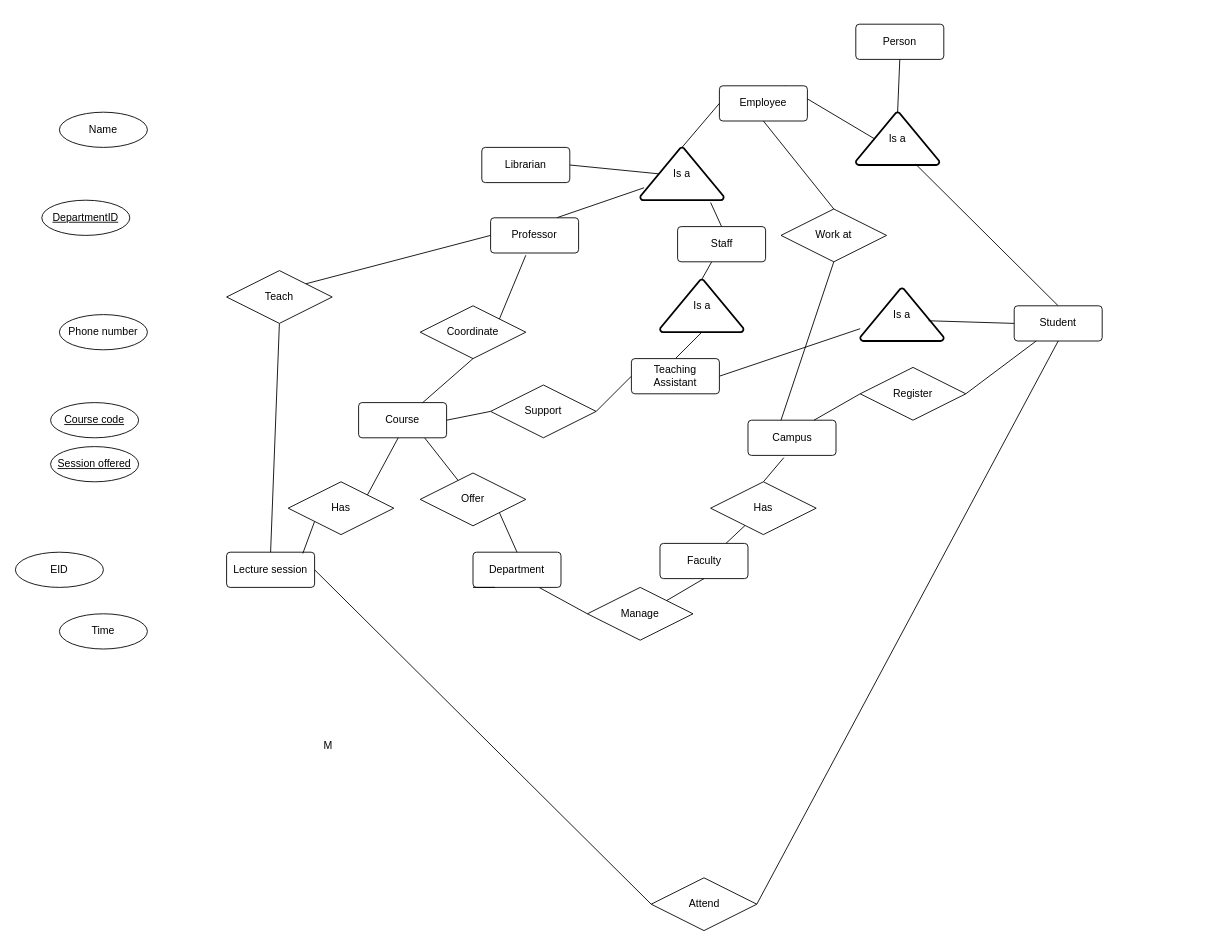
ListenBuddy/CSC343LAB2 keeps this draw.io diagram as Untitled Diagram.drawio. Above is the earlier version. Source tidied: cells renumbered, new cells numbered last; positions are measured from the earlier drawing's top-left corner, leaving out a move shared by most shapes. Both pictures are drawn from the tidied source at 88%, with x=0, y=0 at pixel (15, 24).
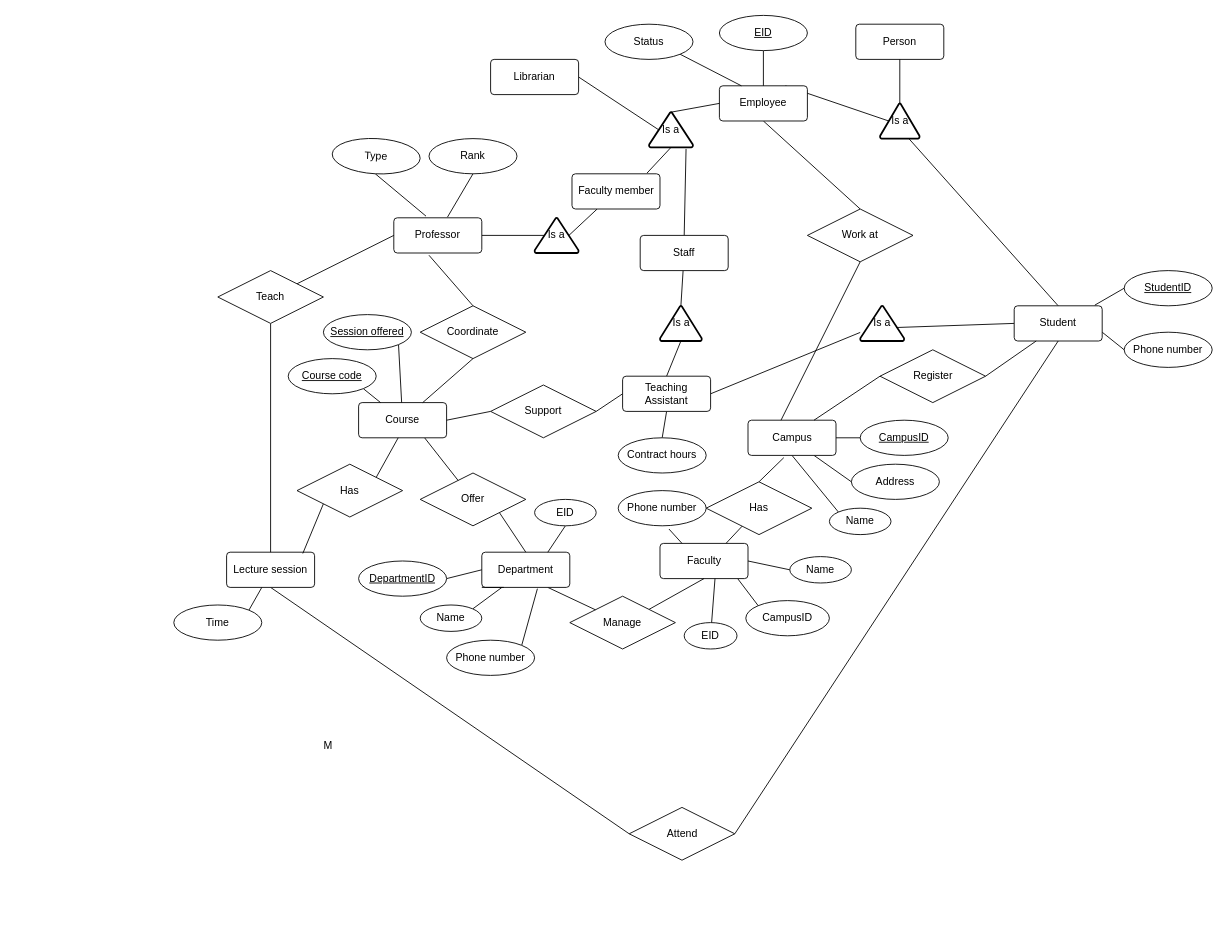
The same page after the edit.

Unchanged cells that the change refers to:
```xml
<mxCell id="3" value="Faculty" style="rounded=1;arcSize=10;whiteSpace=wrap;html=1;align=center;" parent="1" vertex="1">
  <mxGeometry x="732.5" y="590" width="100" height="40" as="geometry" />
</mxCell>
<mxCell id="16" value="Course" style="rounded=1;arcSize=10;whiteSpace=wrap;html=1;align=center;" parent="1" vertex="1">
  <mxGeometry x="390" y="430" width="100" height="40" as="geometry" />
</mxCell>
<mxCell id="21" value="Coordinate" style="shape=rhombus;perimeter=rhombusPerimeter;whiteSpace=wrap;html=1;align=center;" parent="1" vertex="1">
  <mxGeometry x="460" y="320" width="120" height="60" as="geometry" />
</mxCell>
<mxCell id="28" value="Lecture session" style="rounded=1;arcSize=10;whiteSpace=wrap;html=1;align=center;" parent="1" vertex="1">
  <mxGeometry x="240" y="600" width="100" height="40" as="geometry" />
</mxCell>
<mxCell id="43" value="Employee" style="rounded=1;arcSize=10;whiteSpace=wrap;html=1;align=center;" parent="1" vertex="1">
  <mxGeometry x="800" y="70" width="100" height="40" as="geometry" />
</mxCell>
<mxCell id="60" value="Campus" style="rounded=1;arcSize=10;whiteSpace=wrap;html=1;align=center;" parent="1" vertex="1">
  <mxGeometry x="832.5" y="450" width="100" height="40" as="geometry" />
</mxCell>
<mxCell id="66" value="Student" style="rounded=1;arcSize=10;whiteSpace=wrap;html=1;align=center;" parent="1" vertex="1">
  <mxGeometry x="1135" y="320" width="100" height="40" as="geometry" />
</mxCell>
```

The edit, as a diff of the source:
```diff
@@
     <mxCell id="5" value="Manage" style="shape=rhombus;perimeter=rhombusPerimeter;whiteSpace=wrap;html=1;align=center;" parent="1" vertex="1">
-      <mxGeometry x="650" y="640" width="120" height="60" as="geometry" />
+      <mxGeometry x="630" y="650" width="120" height="60" as="geometry" />
     </mxCell>
-    <mxCell id="6" style="edgeStyle=none;rounded=0;jettySize=auto;html=1;exitX=0.75;exitY=1;exitDx=0;exitDy=0;entryX=0;entryY=0.5;entryDx=0;entryDy=0;endArrow=none;endFill=0;" parent="1" edge="1" source="7" target="5">
+    <mxCell id="6" style="edgeStyle=none;rounded=0;jettySize=auto;html=1;exitX=0.75;exitY=1;exitDx=0;exitDy=0;endArrow=none;endFill=0;" parent="1" edge="1" source="7" target="5">
       <mxGeometry relative="1" as="geometry" />
     </mxCell>
     <mxCell id="7" value="Department" style="rounded=1;arcSize=10;whiteSpace=wrap;html=1;align=center;" parent="1" vertex="1">
-      <mxGeometry x="520" y="600" width="100" height="40" as="geometry" />
+      <mxGeometry x="530" y="600" width="100" height="40" as="geometry" />
     </mxCell>
@@
+    <mxCell id="75" style="rounded=0;jettySize=auto;html=1;exitX=0;exitY=0.5;exitDx=0;exitDy=0;entryX=1;entryY=0.5;entryDx=0;entryDy=0;endArrow=none;endFill=0;" parent="1" edge="1" source="9" target="3">
+      <mxGeometry relative="1" as="geometry" />
+    </mxCell>
     <mxCell id="9" value="Name" style="ellipse;whiteSpace=wrap;html=1;align=center;" parent="1" vertex="1">
-      <mxGeometry x="50" y="100" width="100" height="40" as="geometry" />
+      <mxGeometry x="880" y="605" width="70" height="30" as="geometry" />
     </mxCell>
+    <mxCell id="76" style="edgeStyle=none;rounded=0;jettySize=auto;html=1;exitX=1;exitY=0.5;exitDx=0;exitDy=0;entryX=0;entryY=0.5;entryDx=0;entryDy=0;endArrow=none;endFill=0;" parent="1" edge="1" source="10" target="7">
+      <mxGeometry relative="1" as="geometry" />
+    </mxCell>
     <mxCell id="10" value="DepartmentID" style="ellipse;whiteSpace=wrap;html=1;align=center;fontStyle=4;" parent="1" vertex="1">
-      <mxGeometry x="30" y="200" width="100" height="40" as="geometry" />
+      <mxGeometry x="390" y="610" width="100" height="40" as="geometry" />
     </mxCell>
+    <mxCell id="77" style="edgeStyle=none;rounded=0;jettySize=auto;html=1;exitX=0.577;exitY=1.092;exitDx=0;exitDy=0;entryX=0.25;entryY=0;entryDx=0;entryDy=0;endArrow=none;endFill=0;exitPerimeter=0;" parent="1" edge="1" source="11" target="3">
+      <mxGeometry relative="1" as="geometry" />
+    </mxCell>
     <mxCell id="11" value="Phone number" style="ellipse;whiteSpace=wrap;html=1;align=center;" parent="1" vertex="1">
-      <mxGeometry x="50" y="330" width="100" height="40" as="geometry" />
+      <mxGeometry x="685" y="530" width="100" height="40" as="geometry" />
     </mxCell>
+    <mxCell id="78" style="edgeStyle=none;rounded=0;jettySize=auto;html=1;exitX=0.5;exitY=1;exitDx=0;exitDy=0;entryX=0.75;entryY=0;entryDx=0;entryDy=0;endArrow=none;endFill=0;" parent="1" edge="1" source="12" target="7">
+      <mxGeometry relative="1" as="geometry" />
+    </mxCell>
     <mxCell id="12" value="EID" style="ellipse;whiteSpace=wrap;html=1;align=center;" parent="1" vertex="1">
-      <mxGeometry y="600" width="100" height="40" as="geometry" />
+      <mxGeometry x="590" y="540" width="70" height="30" as="geometry" />
     </mxCell>
@@
+    <mxCell id="79" style="edgeStyle=none;rounded=0;jettySize=auto;html=1;exitX=1;exitY=1;exitDx=0;exitDy=0;entryX=0.25;entryY=0;entryDx=0;entryDy=0;endArrow=none;endFill=0;" parent="1" edge="1" source="17" target="16">
+      <mxGeometry relative="1" as="geometry" />
+    </mxCell>
     <mxCell id="17" value="Course code" style="ellipse;whiteSpace=wrap;html=1;align=center;fontStyle=4;" parent="1" vertex="1">
-      <mxGeometry x="40" y="430" width="100" height="40" as="geometry" />
+      <mxGeometry x="310" y="380" width="100" height="40" as="geometry" />
     </mxCell>
+    <mxCell id="80" style="edgeStyle=none;rounded=0;jettySize=auto;html=1;exitX=1;exitY=1;exitDx=0;exitDy=0;endArrow=none;endFill=0;" parent="1" edge="1" source="18" target="16">
+      <mxGeometry relative="1" as="geometry" />
+    </mxCell>
     <mxCell id="18" value="Session offered" style="ellipse;whiteSpace=wrap;html=1;align=center;fontStyle=4;" parent="1" vertex="1">
-      <mxGeometry x="40" y="480" width="100" height="40" as="geometry" />
+      <mxGeometry x="350" y="330" width="100" height="40" as="geometry" />
     </mxCell>
-    <mxCell id="19" style="edgeStyle=none;rounded=0;jettySize=auto;html=1;exitX=1;exitY=0;exitDx=0;exitDy=0;entryX=0.4;entryY=1.064;entryDx=0;entryDy=0;entryPerimeter=0;endArrow=none;endFill=0;" parent="1" edge="1" source="21" target="24">
+    <mxCell id="19" style="edgeStyle=none;rounded=0;jettySize=auto;html=1;exitX=0.5;exitY=0;exitDx=0;exitDy=0;entryX=0.4;entryY=1.064;entryDx=0;entryDy=0;entryPerimeter=0;endArrow=none;endFill=0;" parent="1" edge="1" source="21" target="24">
       <mxGeometry relative="1" as="geometry" />
     </mxCell>
@@
-    <mxCell id="23" style="edgeStyle=none;rounded=0;jettySize=auto;html=1;exitX=0.75;exitY=0;exitDx=0;exitDy=0;entryX=0.046;entryY=0.765;entryDx=0;entryDy=0;entryPerimeter=0;endArrow=none;endFill=0;" parent="1" edge="1" source="24" target="57">
+    <mxCell id="23" style="edgeStyle=none;rounded=0;jettySize=auto;html=1;endArrow=none;endFill=0;exitX=0.78;exitY=0.5;exitDx=0;exitDy=0;exitPerimeter=0;" parent="1" edge="1" source="108" target="107">
       <mxGeometry relative="1" as="geometry" />
     </mxCell>
+    <mxCell id="81" style="edgeStyle=none;rounded=0;jettySize=auto;html=1;exitX=1;exitY=0.5;exitDx=0;exitDy=0;entryX=0.22;entryY=0.5;entryDx=0;entryDy=0;entryPerimeter=0;endArrow=none;endFill=0;" parent="1" edge="1" source="24" target="108">
+      <mxGeometry relative="1" as="geometry" />
+    </mxCell>
     <mxCell id="24" value="Professor" style="rounded=1;arcSize=10;whiteSpace=wrap;html=1;align=center;" parent="1" vertex="1">
-      <mxGeometry x="540" y="220" width="100" height="40" as="geometry" />
+      <mxGeometry x="430" y="220" width="100" height="40" as="geometry" />
     </mxCell>
@@
     <mxCell id="26" value="Has" style="shape=rhombus;perimeter=rhombusPerimeter;whiteSpace=wrap;html=1;align=center;" parent="1" vertex="1">
-      <mxGeometry x="790" y="520" width="120" height="60" as="geometry" />
+      <mxGeometry x="785" y="520" width="120" height="60" as="geometry" />
     </mxCell>
-    <mxCell id="27" style="edgeStyle=none;rounded=0;jettySize=auto;html=1;exitX=1;exitY=0.5;exitDx=0;exitDy=0;entryX=0;entryY=0.5;entryDx=0;entryDy=0;endArrow=none;endFill=0;" parent="1" edge="1" source="28" target="36">
+    <mxCell id="27" style="edgeStyle=none;rounded=0;jettySize=auto;html=1;exitX=0.5;exitY=1;exitDx=0;exitDy=0;entryX=0;entryY=0.5;entryDx=0;entryDy=0;endArrow=none;endFill=0;" parent="1" edge="1" source="28" target="36">
       <mxGeometry relative="1" as="geometry" />
     </mxCell>
@@
     <mxCell id="31" value="Teach" style="shape=rhombus;perimeter=rhombusPerimeter;whiteSpace=wrap;html=1;align=center;" parent="1" vertex="1">
-      <mxGeometry x="240" y="280" width="120" height="60" as="geometry" />
+      <mxGeometry x="230" y="280" width="120" height="60" as="geometry" />
     </mxCell>
@@
+    <mxCell id="82" style="edgeStyle=none;rounded=0;jettySize=auto;html=1;exitX=1;exitY=0;exitDx=0;exitDy=0;entryX=0.4;entryY=1;entryDx=0;entryDy=0;entryPerimeter=0;endArrow=none;endFill=0;" parent="1" edge="1" source="33" target="28">
+      <mxGeometry relative="1" as="geometry" />
+    </mxCell>
     <mxCell id="33" value="Time" style="ellipse;whiteSpace=wrap;html=1;align=center;" parent="1" vertex="1">
-      <mxGeometry x="50" y="670" width="100" height="40" as="geometry" />
+      <mxGeometry x="180" y="660" width="100" height="40" as="geometry" />
     </mxCell>
@@
     <mxCell id="36" value="Attend" style="shape=rhombus;perimeter=rhombusPerimeter;whiteSpace=wrap;html=1;align=center;" parent="1" vertex="1">
-      <mxGeometry x="722.5" y="970" width="120" height="60" as="geometry" />
+      <mxGeometry x="697.5" y="890" width="120" height="60" as="geometry" />
     </mxCell>
@@
     <mxCell id="40" value="Is a" style="strokeWidth=2;html=1;shape=mxgraph.flowchart.extract_or_measurement;whiteSpace=wrap;" parent="1" vertex="1">
-      <mxGeometry x="955" y="100" width="95" height="60" as="geometry" />
+      <mxGeometry x="982.5" y="90" width="45" height="40" as="geometry" />
     </mxCell>
@@
     <mxCell id="45" value="Is a" style="strokeWidth=2;html=1;shape=mxgraph.flowchart.extract_or_measurement;whiteSpace=wrap;" parent="1" vertex="1">
-      <mxGeometry x="732.5" y="290" width="95" height="60" as="geometry" />
+      <mxGeometry x="732.5" y="320" width="47.5" height="40" as="geometry" />
     </mxCell>
@@
     <mxCell id="48" value="Staff" style="rounded=1;arcSize=10;whiteSpace=wrap;html=1;align=center;" parent="1" vertex="1">
-      <mxGeometry x="752.5" y="230" width="100" height="40" as="geometry" />
+      <mxGeometry x="710" y="240" width="100" height="40" as="geometry" />
     </mxCell>
     <mxCell id="49" value="Is a" style="strokeWidth=2;html=1;shape=mxgraph.flowchart.extract_or_measurement;whiteSpace=wrap;" parent="1" vertex="1">
-      <mxGeometry x="960" y="300" width="95" height="60" as="geometry" />
+      <mxGeometry x="960" y="320" width="50" height="40" as="geometry" />
     </mxCell>
@@
     <mxCell id="51" value="Librarian" style="rounded=1;arcSize=10;whiteSpace=wrap;html=1;align=center;" parent="1" vertex="1">
-      <mxGeometry x="530" y="140" width="100" height="40" as="geometry" />
+      <mxGeometry x="540" y="40" width="100" height="40" as="geometry" />
     </mxCell>
@@
+    <mxCell id="83" style="edgeStyle=none;rounded=0;jettySize=auto;html=1;exitX=0.5;exitY=1;exitDx=0;exitDy=0;entryX=0.5;entryY=0;entryDx=0;entryDy=0;endArrow=none;endFill=0;" parent="1" edge="1" source="54" target="98">
+      <mxGeometry relative="1" as="geometry" />
+    </mxCell>
     <mxCell id="54" value="Teaching Assistant" style="rounded=1;arcSize=10;whiteSpace=wrap;html=1;align=center;" parent="1" vertex="1">
-      <mxGeometry x="700" y="380" width="100" height="40" as="geometry" />
+      <mxGeometry x="690" y="400" width="100" height="40" as="geometry" />
     </mxCell>
@@
+    <mxCell id="84" style="edgeStyle=none;rounded=0;jettySize=auto;html=1;exitX=0.5;exitY=1;exitDx=0;exitDy=0;exitPerimeter=0;entryX=0.852;entryY=-0.019;entryDx=0;entryDy=0;entryPerimeter=0;endArrow=none;endFill=0;" parent="1" edge="1" source="57" target="107">
+      <mxGeometry relative="1" as="geometry" />
+    </mxCell>
     <mxCell id="57" value="Is a" style="strokeWidth=2;html=1;shape=mxgraph.flowchart.extract_or_measurement;whiteSpace=wrap;" parent="1" vertex="1">
-      <mxGeometry x="710" y="140" width="95" height="60" as="geometry" />
+      <mxGeometry x="720" y="100" width="50" height="40" as="geometry" />
     </mxCell>
@@
+    <mxCell id="85" style="edgeStyle=none;rounded=0;jettySize=auto;html=1;exitX=1;exitY=0.5;exitDx=0;exitDy=0;entryX=0;entryY=0.5;entryDx=0;entryDy=0;endArrow=none;endFill=0;" parent="1" edge="1" source="60" target="111">
+      <mxGeometry relative="1" as="geometry" />
+    </mxCell>
+    <mxCell id="86" style="edgeStyle=none;rounded=0;jettySize=auto;html=1;exitX=0.75;exitY=1;exitDx=0;exitDy=0;entryX=0;entryY=0.5;entryDx=0;entryDy=0;endArrow=none;endFill=0;" parent="1" edge="1" source="60" target="112">
+      <mxGeometry relative="1" as="geometry" />
+    </mxCell>
+    <mxCell id="87" style="edgeStyle=none;rounded=0;jettySize=auto;html=1;exitX=0.5;exitY=1;exitDx=0;exitDy=0;entryX=0;entryY=0;entryDx=0;entryDy=0;endArrow=none;endFill=0;" parent="1" edge="1" source="60" target="113">
+      <mxGeometry relative="1" as="geometry" />
+    </mxCell>
@@
     <mxCell id="63" value="Has" style="shape=rhombus;perimeter=rhombusPerimeter;whiteSpace=wrap;html=1;align=center;" parent="1" vertex="1">
-      <mxGeometry x="310" y="520" width="120" height="60" as="geometry" />
+      <mxGeometry x="320" y="500" width="120" height="60" as="geometry" />
     </mxCell>
@@
+    <mxCell id="88" style="edgeStyle=none;rounded=0;jettySize=auto;html=1;exitX=1;exitY=0.75;exitDx=0;exitDy=0;entryX=0;entryY=0.5;entryDx=0;entryDy=0;endArrow=none;endFill=0;" parent="1" edge="1" source="66" target="89">
+      <mxGeometry relative="1" as="geometry" />
+    </mxCell>
@@
     <mxCell id="72" value="Register" style="shape=rhombus;perimeter=rhombusPerimeter;whiteSpace=wrap;html=1;align=center;" parent="1" vertex="1">
-      <mxGeometry x="960" y="390" width="120" height="60" as="geometry" />
+      <mxGeometry x="982.5" y="370" width="120" height="60" as="geometry" />
     </mxCell>
@@
     <mxCell id="74" value="Work at" style="shape=rhombus;perimeter=rhombusPerimeter;whiteSpace=wrap;html=1;align=center;" parent="1" vertex="1">
-      <mxGeometry x="870" y="210" width="120" height="60" as="geometry" />
+      <mxGeometry x="900" y="210" width="120" height="60" as="geometry" />
     </mxCell>
+    <mxCell id="89" value="Phone number" style="ellipse;whiteSpace=wrap;html=1;align=center;" parent="1" vertex="1">
+      <mxGeometry x="1260" y="350" width="100" height="40" as="geometry" />
+    </mxCell>
+    <mxCell id="90" style="edgeStyle=none;rounded=0;jettySize=auto;html=1;exitX=1;exitY=0;exitDx=0;exitDy=0;entryX=0.632;entryY=1.036;entryDx=0;entryDy=0;entryPerimeter=0;endArrow=none;endFill=0;" parent="1" edge="1" source="91" target="7">
+      <mxGeometry relative="1" as="geometry" />
+    </mxCell>
+    <mxCell id="91" value="Phone number" style="ellipse;whiteSpace=wrap;html=1;align=center;" parent="1" vertex="1">
+      <mxGeometry x="490" y="700" width="100" height="40" as="geometry" />
+    </mxCell>
+    <mxCell id="92" style="edgeStyle=none;rounded=0;jettySize=auto;html=1;entryX=0.625;entryY=1;entryDx=0;entryDy=0;entryPerimeter=0;endArrow=none;endFill=0;" parent="1" edge="1" source="93" target="3">
+      <mxGeometry relative="1" as="geometry" />
+    </mxCell>
+    <mxCell id="93" value="EID" style="ellipse;whiteSpace=wrap;html=1;align=center;" parent="1" vertex="1">
+      <mxGeometry x="760" y="680" width="60" height="30" as="geometry" />
+    </mxCell>
+    <mxCell id="94" style="edgeStyle=none;rounded=0;jettySize=auto;html=1;exitX=0;exitY=0;exitDx=0;exitDy=0;entryX=0.885;entryY=1.009;entryDx=0;entryDy=0;entryPerimeter=0;endArrow=none;endFill=0;" parent="1" edge="1" source="95" target="3">
+      <mxGeometry relative="1" as="geometry" />
+    </mxCell>
+    <mxCell id="95" value="CampusID" style="ellipse;whiteSpace=wrap;html=1;align=center;" parent="1" vertex="1">
+      <mxGeometry x="830" y="655" width="95" height="40" as="geometry" />
+    </mxCell>
+    <mxCell id="96" style="edgeStyle=none;rounded=0;jettySize=auto;html=1;exitX=1;exitY=0;exitDx=0;exitDy=0;endArrow=none;endFill=0;" parent="1" edge="1" source="97" target="7">
+      <mxGeometry relative="1" as="geometry" />
+    </mxCell>
+    <mxCell id="97" value="Name" style="ellipse;whiteSpace=wrap;html=1;align=center;" parent="1" vertex="1">
+      <mxGeometry x="460" y="660" width="70" height="30" as="geometry" />
+    </mxCell>
+    <mxCell id="98" value="Contract hours" style="ellipse;whiteSpace=wrap;html=1;align=center;" parent="1" vertex="1">
+      <mxGeometry x="685" y="470" width="100" height="40" as="geometry" />
+    </mxCell>
+    <mxCell id="99" style="edgeStyle=none;rounded=0;jettySize=auto;html=1;exitX=0.5;exitY=1;exitDx=0;exitDy=0;entryX=0.366;entryY=-0.047;entryDx=0;entryDy=0;endArrow=none;endFill=0;entryPerimeter=0;" parent="1" edge="1" source="100" target="24">
+      <mxGeometry relative="1" as="geometry" />
+    </mxCell>
+    <mxCell id="100" value="Type" style="ellipse;whiteSpace=wrap;html=1;align=center;rotation=3;" parent="1" vertex="1">
+      <mxGeometry x="360" y="130" width="100" height="40" as="geometry" />
+    </mxCell>
+    <mxCell id="101" style="edgeStyle=none;rounded=0;jettySize=auto;html=1;exitX=0.5;exitY=1;exitDx=0;exitDy=0;entryX=0.61;entryY=-0.019;entryDx=0;entryDy=0;endArrow=none;endFill=0;entryPerimeter=0;" parent="1" edge="1" source="102" target="24">
+      <mxGeometry relative="1" as="geometry" />
+    </mxCell>
+    <mxCell id="102" value="Rank" style="ellipse;whiteSpace=wrap;html=1;align=center;" parent="1" vertex="1">
+      <mxGeometry x="470" y="130" width="100" height="40" as="geometry" />
+    </mxCell>
+    <mxCell id="103" style="edgeStyle=none;rounded=0;jettySize=auto;html=1;exitX=0;exitY=0.5;exitDx=0;exitDy=0;entryX=0.916;entryY=-0.019;entryDx=0;entryDy=0;entryPerimeter=0;endArrow=none;endFill=0;" parent="1" edge="1" source="104" target="66">
+      <mxGeometry relative="1" as="geometry" />
+    </mxCell>
+    <mxCell id="104" value="StudentID" style="ellipse;whiteSpace=wrap;html=1;align=center;fontStyle=4;" parent="1" vertex="1">
+      <mxGeometry x="1260" y="280" width="100" height="40" as="geometry" />
+    </mxCell>
+    <mxCell id="105" style="edgeStyle=none;rounded=0;jettySize=auto;html=1;exitX=0.5;exitY=1;exitDx=0;exitDy=0;entryX=0.5;entryY=0;entryDx=0;entryDy=0;endArrow=none;endFill=0;" parent="1" edge="1" source="106" target="43">
+      <mxGeometry relative="1" as="geometry" />
+    </mxCell>
+    <mxCell id="106" value="EID" style="ellipse;whiteSpace=wrap;html=1;align=center;fontStyle=4;" parent="1" vertex="1">
+      <mxGeometry x="800" y="-10" width="100" height="40" as="geometry" />
+    </mxCell>
+    <mxCell id="107" value="Faculty member" style="rounded=1;arcSize=10;whiteSpace=wrap;html=1;align=center;" parent="1" vertex="1">
+      <mxGeometry x="632.5" y="170" width="100" height="40" as="geometry" />
+    </mxCell>
+    <mxCell id="108" value="Is a" style="strokeWidth=2;html=1;shape=mxgraph.flowchart.extract_or_measurement;whiteSpace=wrap;" parent="1" vertex="1">
+      <mxGeometry x="590" y="220" width="50" height="40" as="geometry" />
+    </mxCell>
+    <mxCell id="109" style="edgeStyle=none;rounded=0;jettySize=auto;html=1;exitX=1;exitY=1;exitDx=0;exitDy=0;entryX=0.25;entryY=0;entryDx=0;entryDy=0;endArrow=none;endFill=0;" parent="1" edge="1" source="110" target="43">
+      <mxGeometry relative="1" as="geometry" />
+    </mxCell>
+    <mxCell id="110" value="Status" style="ellipse;whiteSpace=wrap;html=1;align=center;" parent="1" vertex="1">
+      <mxGeometry x="670" width="100" height="40" as="geometry" />
+    </mxCell>
+    <mxCell id="111" value="CampusID" style="ellipse;whiteSpace=wrap;html=1;align=center;fontStyle=4;" parent="1" vertex="1">
+      <mxGeometry x="960" y="450" width="100" height="40" as="geometry" />
+    </mxCell>
+    <mxCell id="112" value="Address" style="ellipse;whiteSpace=wrap;html=1;align=center;" parent="1" vertex="1">
+      <mxGeometry x="950" y="500" width="100" height="40" as="geometry" />
+    </mxCell>
+    <mxCell id="113" value="Name" style="ellipse;whiteSpace=wrap;html=1;align=center;" parent="1" vertex="1">
+      <mxGeometry x="925" y="550" width="70" height="30" as="geometry" />
+    </mxCell>
```
